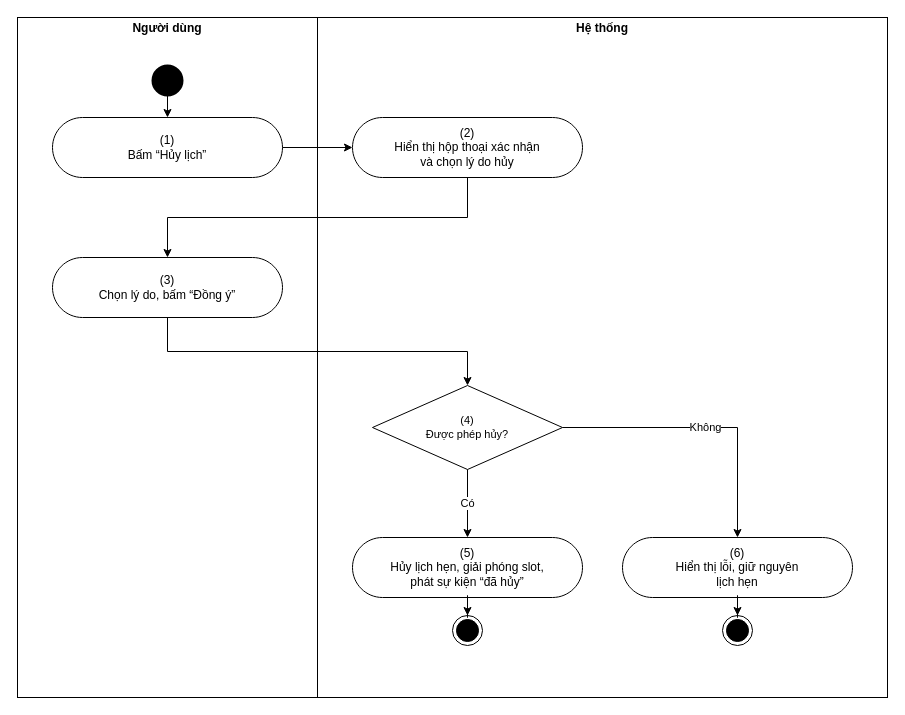
The draw.io diagram page "UC 3 Cancel an appointment" (3 of 9) of docs/02-requirements/srs/dist/diagrams/10-activity-scheduling.drawio in viethung12062005/smart-hospital-platform, before the edit. Source tidied: cells renumbered, new cells numbered last; positions are measured from the earlier drawing's top-left corner, leaving out a move shared by most shapes. Both pictures are drawn from the tidied source at 100%, with x=0, y=0 at pixel (17, 17).
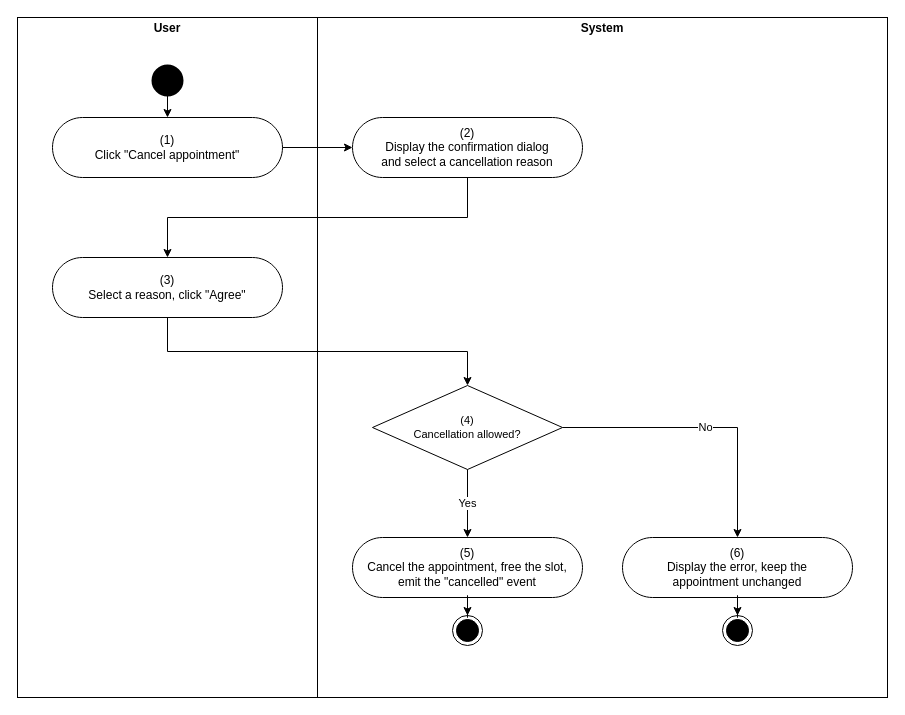
The same diagram, later.

The edit, as a diff of the source:
```diff
@@
-    <mxCell id="2" value="&lt;p style=&quot;margin:0px;margin-top:4px;text-align:center&quot;&gt;&lt;b&gt;Người dùng&lt;/b&gt;&lt;/p&gt;" style="verticalAlign=top;align=left;overflow=fill;fontSize=12;fontFamily=Helvetica;html=1;rounded=0;shadow=0;strokeColor=#000000;gradientColor=none;whiteSpace=wrap;" parent="1" vertex="1">
+    <mxCell id="2" value="&lt;p style=&quot;margin:0px;margin-top:4px;text-align:center&quot;&gt;&lt;b&gt;User&lt;/b&gt;&lt;/p&gt;" style="verticalAlign=top;align=left;overflow=fill;fontSize=12;fontFamily=Helvetica;html=1;rounded=0;shadow=0;strokeColor=#000000;gradientColor=none;whiteSpace=wrap;" parent="1" vertex="1">
       <mxGeometry width="300" height="680" as="geometry" />
     </mxCell>
-    <mxCell id="3" value="&lt;p style=&quot;margin:0px;margin-top:4px;text-align:center&quot;&gt;&lt;b&gt;Hệ thống&lt;/b&gt;&lt;/p&gt;" style="verticalAlign=top;align=left;overflow=fill;fontSize=12;fontFamily=Helvetica;html=1;rounded=0;shadow=0;strokeColor=#000000;gradientColor=none;whiteSpace=wrap;" parent="1" vertex="1">
+    <mxCell id="3" value="&lt;p style=&quot;margin:0px;margin-top:4px;text-align:center&quot;&gt;&lt;b&gt;System&lt;/b&gt;&lt;/p&gt;" style="verticalAlign=top;align=left;overflow=fill;fontSize=12;fontFamily=Helvetica;html=1;rounded=0;shadow=0;strokeColor=#000000;gradientColor=none;whiteSpace=wrap;" parent="1" vertex="1">
       <mxGeometry x="300" width="570" height="680" as="geometry" />
     </mxCell>
-    <mxCell id="4" value="(1)&lt;br&gt;Bấm “Hủy lịch”" style="html=1;dashed=0;whitespace=wrap;shape=mxgraph.dfd.start;rounded=0;shadow=0;strokeColor=#000000;gradientColor=none;whiteSpace=wrap;fontSize=12;" parent="1" vertex="1">
+    <mxCell id="4" value="(1)&lt;br&gt;Click &amp;quot;Cancel appointment&amp;quot;" style="html=1;dashed=0;whitespace=wrap;shape=mxgraph.dfd.start;rounded=0;shadow=0;strokeColor=#000000;gradientColor=none;whiteSpace=wrap;fontSize=12;" parent="1" vertex="1">
       <mxGeometry x="35" y="100" width="230" height="60" as="geometry" />
     </mxCell>
-    <mxCell id="5" value="(2)&lt;br&gt;Hiển thị hộp thoại xác nhận&lt;br&gt;và chọn lý do hủy" style="html=1;dashed=0;whitespace=wrap;shape=mxgraph.dfd.start;rounded=0;shadow=0;strokeColor=#000000;gradientColor=none;whiteSpace=wrap;fontSize=12;" parent="1" vertex="1">
+    <mxCell id="5" value="(2)&lt;br&gt;Display the confirmation dialog&lt;br&gt;and select a cancellation reason" style="html=1;dashed=0;whitespace=wrap;shape=mxgraph.dfd.start;rounded=0;shadow=0;strokeColor=#000000;gradientColor=none;whiteSpace=wrap;fontSize=12;" parent="1" vertex="1">
       <mxGeometry x="335" y="100" width="230" height="60" as="geometry" />
     </mxCell>
-    <mxCell id="6" value="(3)&lt;br&gt;Chọn lý do, bấm “Đồng ý”" style="html=1;dashed=0;whitespace=wrap;shape=mxgraph.dfd.start;rounded=0;shadow=0;strokeColor=#000000;gradientColor=none;whiteSpace=wrap;fontSize=12;" parent="1" vertex="1">
+    <mxCell id="6" value="(3)&lt;br&gt;Select a reason, click &amp;quot;Agree&amp;quot;" style="html=1;dashed=0;whitespace=wrap;shape=mxgraph.dfd.start;rounded=0;shadow=0;strokeColor=#000000;gradientColor=none;whiteSpace=wrap;fontSize=12;" parent="1" vertex="1">
       <mxGeometry x="35" y="240" width="230" height="60" as="geometry" />
     </mxCell>
-    <mxCell id="7" value="(4)&lt;br&gt;Được phép hủy?" style="rhombus;html=1;whiteSpace=wrap;strokeColor=#000000;fontSize=11;" parent="1" vertex="1">
+    <mxCell id="7" value="(4)&lt;br&gt;Cancellation allowed?" style="rhombus;html=1;whiteSpace=wrap;strokeColor=#000000;fontSize=11;" parent="1" vertex="1">
       <mxGeometry x="355" y="368" width="190" height="84" as="geometry" />
     </mxCell>
-    <mxCell id="8" value="(5)&lt;br&gt;Hủy lịch hẹn, giải phóng slot,&lt;br&gt;phát sự kiện “đã hủy”" style="html=1;dashed=0;whitespace=wrap;shape=mxgraph.dfd.start;rounded=0;shadow=0;strokeColor=#000000;gradientColor=none;whiteSpace=wrap;fontSize=12;" parent="1" vertex="1">
+    <mxCell id="8" value="(5)&lt;br&gt;Cancel the appointment, free the slot,&lt;br&gt;emit the &amp;quot;cancelled&amp;quot; event" style="html=1;dashed=0;whitespace=wrap;shape=mxgraph.dfd.start;rounded=0;shadow=0;strokeColor=#000000;gradientColor=none;whiteSpace=wrap;fontSize=12;" parent="1" vertex="1">
       <mxGeometry x="335" y="520" width="230" height="60" as="geometry" />
     </mxCell>
-    <mxCell id="9" value="(6)&lt;br&gt;Hiển thị lỗi, giữ nguyên&lt;br&gt;lịch hẹn" style="html=1;dashed=0;whitespace=wrap;shape=mxgraph.dfd.start;rounded=0;shadow=0;strokeColor=#000000;gradientColor=none;whiteSpace=wrap;fontSize=12;" parent="1" vertex="1">
+    <mxCell id="9" value="(6)&lt;br&gt;Display the error, keep the&lt;br&gt;appointment unchanged" style="html=1;dashed=0;whitespace=wrap;shape=mxgraph.dfd.start;rounded=0;shadow=0;strokeColor=#000000;gradientColor=none;whiteSpace=wrap;fontSize=12;" parent="1" vertex="1">
       <mxGeometry x="605" y="520" width="230" height="60" as="geometry" />
     </mxCell>
@@
-    <mxCell id="15" value="Có" style="edgeStyle=orthogonalEdgeStyle;rounded=0;jettySize=auto;html=1;exitX=0.5;exitY=1;exitDx=0;exitDy=0;entryX=0.5;entryY=0;entryDx=0;entryDy=0;" parent="1" edge="1" source="7" target="8">
+    <mxCell id="15" value="Yes" style="edgeStyle=orthogonalEdgeStyle;rounded=0;jettySize=auto;html=1;exitX=0.5;exitY=1;exitDx=0;exitDy=0;entryX=0.5;entryY=0;entryDx=0;entryDy=0;" parent="1" edge="1" source="7" target="8">
       <mxGeometry relative="1" as="geometry" />
     </mxCell>
-    <mxCell id="16" value="Không" style="edgeStyle=orthogonalEdgeStyle;rounded=0;jettySize=auto;html=1;exitX=1;exitY=0.5;exitDx=0;exitDy=0;entryX=0.5;entryY=0;entryDx=0;entryDy=0;" parent="1" edge="1" source="7" target="9">
+    <mxCell id="16" value="No" style="edgeStyle=orthogonalEdgeStyle;rounded=0;jettySize=auto;html=1;exitX=1;exitY=0.5;exitDx=0;exitDy=0;entryX=0.5;entryY=0;entryDx=0;entryDy=0;" parent="1" edge="1" source="7" target="9">
       <mxGeometry relative="1" as="geometry" />
     </mxCell>
```
